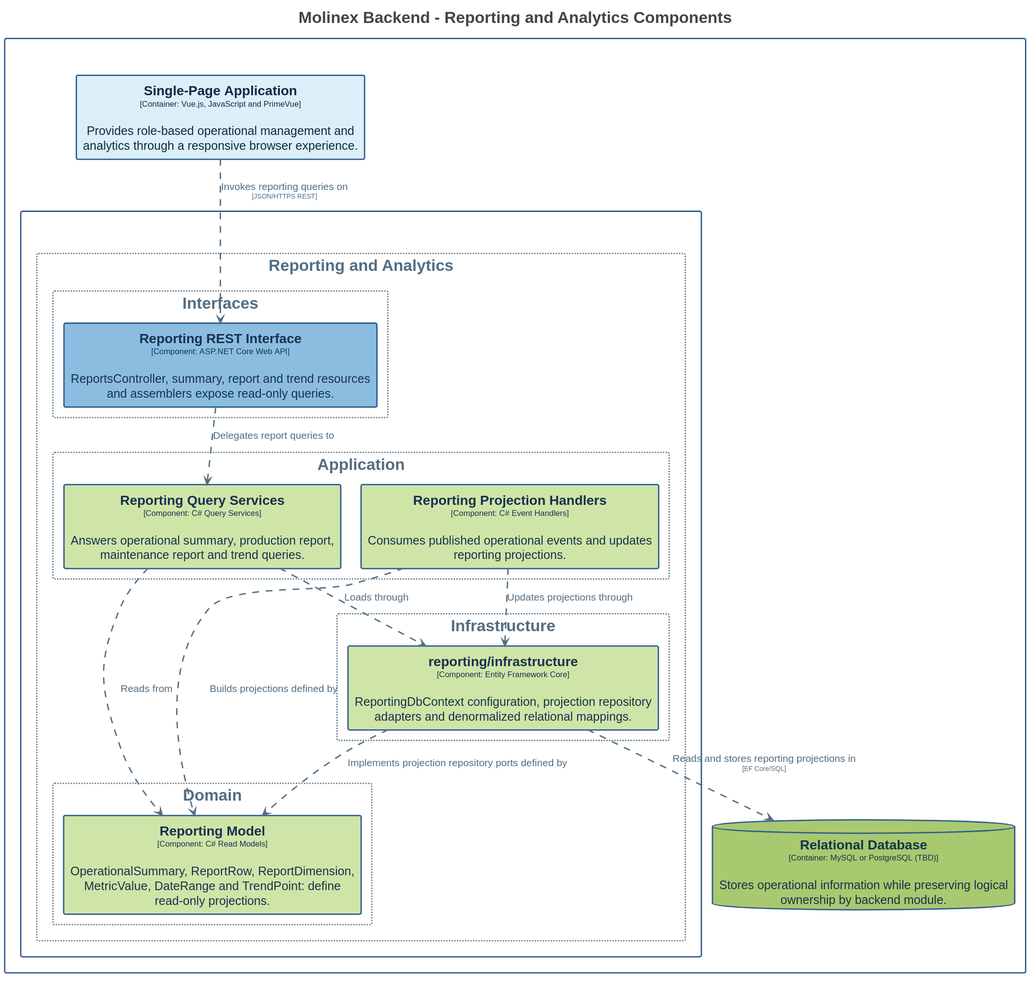
Before: assets/Images Chapter 4/Domain-Driven Software Architecture/C4 Model/backend-reporting-analytics-component-diagram.svg, a diagram exported from PlantUML (Vanguard-app-web/molinex-report-apweb). The source it was exported from:
```plantuml
@startuml
title <size:24>Molinex Backend - Reporting and Analytics Components</size>

set separator none
top to bottom direction
skinparam ranksep 60
skinparam nodesep 30
hide stereotype

<style>
  root {
    BackgroundColor: #ffffff;
    FontColor: #444444;
  }
  // Element,Component,Backend Application Layer,Read Side
  .Element-RWxlbWVudCxDb21wb25lbnQsQmFja2VuZCBBcHBsaWNhdGlvbiBMYXllcixSZWFkIFNpZGU= {
    BackgroundColor: #cfe5a8;
    LineColor: #2f5b8f;
    LineStyle: 0;
    LineThickness: 2;
    FontColor: #17324d;
    FontSize: 18;
    HorizontalAlignment: center;
    Shadowing: 0;
    MaximumWidth: 450;
  }
  // Element,Component,Backend Domain,Read Side
  .Element-RWxlbWVudCxDb21wb25lbnQsQmFja2VuZCBEb21haW4sUmVhZCBTaWRl {
    BackgroundColor: #cfe5a8;
    LineColor: #2f5b8f;
    LineStyle: 0;
    LineThickness: 2;
    FontColor: #17324d;
    FontSize: 18;
    HorizontalAlignment: center;
    Shadowing: 0;
    MaximumWidth: 450;
  }
  // Element,Component,Backend Infrastructure,Read Side
  .Element-RWxlbWVudCxDb21wb25lbnQsQmFja2VuZCBJbmZyYXN0cnVjdHVyZSxSZWFkIFNpZGU= {
    BackgroundColor: #cfe5a8;
    LineColor: #2f5b8f;
    LineStyle: 0;
    LineThickness: 2;
    FontColor: #17324d;
    FontSize: 18;
    HorizontalAlignment: center;
    Shadowing: 0;
    MaximumWidth: 450;
  }
  // Element,Component,Backend Interfaces
  .Element-RWxlbWVudCxDb21wb25lbnQsQmFja2VuZCBJbnRlcmZhY2Vz {
    BackgroundColor: #8bbde0;
    LineColor: #2f5b8f;
    LineStyle: 0;
    LineThickness: 2;
    FontColor: #17324d;
    FontSize: 18;
    HorizontalAlignment: center;
    Shadowing: 0;
    MaximumWidth: 450;
  }
  // Element,Container,Database
  .Element-RWxlbWVudCxDb250YWluZXIsRGF0YWJhc2U= {
    BackgroundColor: #a8c96f;
    LineColor: #2f5b8f;
    LineStyle: 0;
    LineThickness: 2;
    FontColor: #17324d;
    FontSize: 18;
    HorizontalAlignment: center;
    Shadowing: 0;
    MaximumWidth: 450;
  }
  // Element,Container,SPA
  .Element-RWxlbWVudCxDb250YWluZXIsU1BB {
    BackgroundColor: #dceef8;
    LineColor: #2f5b8f;
    LineStyle: 0;
    LineThickness: 2;
    FontColor: #102a43;
    FontSize: 18;
    HorizontalAlignment: center;
    Shadowing: 0;
    MaximumWidth: 450;
  }
  // Relationship
  .Relationship-UmVsYXRpb25zaGlw {
    LineThickness: 2;
    LineStyle: 10-10;
    LineColor: #526d82;
    FontColor: #526d82;
    FontSize: 15;
  }
  // Molinex Platform
  .Boundary-TW9saW5leCBQbGF0Zm9ybQ== {
    BackgroundColor: #ffffff;
    LineColor: #2f5b8f;
    LineStyle: 0;
    LineThickness: 2;
    FontColor: #ffffff;
    FontSize: 18;
    HorizontalAlignment: center;
    Shadowing: 0;
  }
  // RESTful API
  .Boundary-UkVTVGZ1bCBBUEk= {
    BackgroundColor: #ffffff;
    LineColor: #2f5b8f;
    LineStyle: 0;
    LineThickness: 2;
    FontColor: #ffffff;
    FontSize: 18;
    HorizontalAlignment: center;
    Shadowing: 0;
  }
  // Reporting and Analytics
  .Group-UmVwb3J0aW5nIGFuZCBBbmFseXRpY3M= {
    BackgroundColor: #ffffff;
    LineColor: #607d8b;
    LineStyle: 2-2;
    LineThickness: 2;
    FontColor: #526d82;
    FontSize: 24;
    HorizontalAlignment: center;
    Shadowing: 0;
  }
  // Reporting and Analytics/Application
  .Group-UmVwb3J0aW5nIGFuZCBBbmFseXRpY3MvQXBwbGljYXRpb24= {
    BackgroundColor: #ffffff;
    LineColor: #607d8b;
    LineStyle: 2-2;
    LineThickness: 2;
    FontColor: #526d82;
    FontSize: 24;
    HorizontalAlignment: center;
    Shadowing: 0;
  }
  // Reporting and Analytics/Domain
  .Group-UmVwb3J0aW5nIGFuZCBBbmFseXRpY3MvRG9tYWlu {
    BackgroundColor: #ffffff;
    LineColor: #607d8b;
    LineStyle: 2-2;
    LineThickness: 2;
    FontColor: #526d82;
    FontSize: 24;
    HorizontalAlignment: center;
    Shadowing: 0;
  }
  // Reporting and Analytics/Infrastructure
  .Group-UmVwb3J0aW5nIGFuZCBBbmFseXRpY3MvSW5mcmFzdHJ1Y3R1cmU= {
    BackgroundColor: #ffffff;
    LineColor: #607d8b;
    LineStyle: 2-2;
    LineThickness: 2;
    FontColor: #526d82;
    FontSize: 24;
    HorizontalAlignment: center;
    Shadowing: 0;
  }
  // Reporting and Analytics/Interfaces
  .Group-UmVwb3J0aW5nIGFuZCBBbmFseXRpY3MvSW50ZXJmYWNlcw== {
    BackgroundColor: #ffffff;
    LineColor: #607d8b;
    LineStyle: 2-2;
    LineThickness: 2;
    FontColor: #526d82;
    FontSize: 24;
    HorizontalAlignment: center;
    Shadowing: 0;
  }
</style>

rectangle "Molinex Platform\n<size:12>[Software System]</size>" <<Boundary-TW9saW5leCBQbGF0Zm9ybQ==>> {
  rectangle "RESTful API\n<size:12>[Container: C#, ASP.NET Core and Entity Framework Core]</size>" <<Boundary-UkVTVGZ1bCBBUEk=>> {
    rectangle "Reporting and Analytics" <<Group-UmVwb3J0aW5nIGFuZCBBbmFseXRpY3M=>> as groupUmVwb3J0aW5nIGFuZCBBbmFseXRpY3M= {
        rectangle "Application" <<Group-UmVwb3J0aW5nIGFuZCBBbmFseXRpY3MvQXBwbGljYXRpb24=>> as groupUmVwb3J0aW5nIGFuZCBBbmFseXRpY3MvQXBwbGljYXRpb24= {
          rectangle "==Reporting Query Services\n<size:12>[Component: C# Query Services]</size>\n\nAnswers operational summary, production report, maintenance report and trend queries." <<Element-RWxlbWVudCxDb21wb25lbnQsQmFja2VuZCBBcHBsaWNhdGlvbiBMYXllcixSZWFkIFNpZGU=>> as MolinexPlatform.RESTfulAPI.ReportingQueryServices
          rectangle "==Reporting Projection Handlers\n<size:12>[Component: C# Event Handlers]</size>\n\nConsumes published operational events and updates reporting projections." <<Element-RWxlbWVudCxDb21wb25lbnQsQmFja2VuZCBBcHBsaWNhdGlvbiBMYXllcixSZWFkIFNpZGU=>> as MolinexPlatform.RESTfulAPI.ReportingProjectionHandlers
        }

        rectangle "Domain" <<Group-UmVwb3J0aW5nIGFuZCBBbmFseXRpY3MvRG9tYWlu>> as groupUmVwb3J0aW5nIGFuZCBBbmFseXRpY3MvRG9tYWlu {
          rectangle "==Reporting Model\n<size:12>[Component: C# Read Models]</size>\n\nOperationalSummary, ReportRow, ReportDimension, MetricValue, DateRange and TrendPoint: define read-only projections." <<Element-RWxlbWVudCxDb21wb25lbnQsQmFja2VuZCBEb21haW4sUmVhZCBTaWRl>> as MolinexPlatform.RESTfulAPI.ReportingModel
        }

        rectangle "Infrastructure" <<Group-UmVwb3J0aW5nIGFuZCBBbmFseXRpY3MvSW5mcmFzdHJ1Y3R1cmU=>> as groupUmVwb3J0aW5nIGFuZCBBbmFseXRpY3MvSW5mcmFzdHJ1Y3R1cmU= {
          rectangle "==reporting/infrastructure\n<size:12>[Component: Entity Framework Core]</size>\n\nReportingDbContext configuration, projection repository adapters and denormalized relational mappings." <<Element-RWxlbWVudCxDb21wb25lbnQsQmFja2VuZCBJbmZyYXN0cnVjdHVyZSxSZWFkIFNpZGU=>> as MolinexPlatform.RESTfulAPI.reportinginfrastructure
        }

        rectangle "Interfaces" <<Group-UmVwb3J0aW5nIGFuZCBBbmFseXRpY3MvSW50ZXJmYWNlcw==>> as groupUmVwb3J0aW5nIGFuZCBBbmFseXRpY3MvSW50ZXJmYWNlcw== {
          rectangle "==Reporting REST Interface\n<size:12>[Component: ASP.NET Core Web API]</size>\n\nReportsController, summary, report and trend resources and assemblers expose read-only queries." <<Element-RWxlbWVudCxDb21wb25lbnQsQmFja2VuZCBJbnRlcmZhY2Vz>> as MolinexPlatform.RESTfulAPI.ReportingRESTInterface
        }

    }

  }

  rectangle "==Single-Page Application\n<size:12>[Container: Vue.js, JavaScript and PrimeVue]</size>\n\nProvides role-based operational management and analytics through a responsive browser experience." <<Element-RWxlbWVudCxDb250YWluZXIsU1BB>> as MolinexPlatform.SinglePageApplication
  database "==Relational Database\n<size:12>[Container: MySQL or PostgreSQL (TBD)]</size>\n\nStores operational information while preserving logical ownership by backend module." <<Element-RWxlbWVudCxDb250YWluZXIsRGF0YWJhc2U=>> as MolinexPlatform.RelationalDatabase
}

MolinexPlatform.SinglePageApplication --> MolinexPlatform.RESTfulAPI.ReportingRESTInterface <<Relationship-UmVsYXRpb25zaGlw>> : "Invokes reporting queries on\n<size:10>[JSON/HTTPS REST]</size>"
MolinexPlatform.RESTfulAPI.ReportingRESTInterface --> MolinexPlatform.RESTfulAPI.ReportingQueryServices <<Relationship-UmVsYXRpb25zaGlw>> : "Delegates report queries to"
MolinexPlatform.RESTfulAPI.ReportingQueryServices --> MolinexPlatform.RESTfulAPI.ReportingModel <<Relationship-UmVsYXRpb25zaGlw>> : "Reads from"
MolinexPlatform.RESTfulAPI.ReportingQueryServices --> MolinexPlatform.RESTfulAPI.reportinginfrastructure <<Relationship-UmVsYXRpb25zaGlw>> : "Loads through"
MolinexPlatform.RESTfulAPI.ReportingProjectionHandlers --> MolinexPlatform.RESTfulAPI.ReportingModel <<Relationship-UmVsYXRpb25zaGlw>> : "Builds projections defined by"
MolinexPlatform.RESTfulAPI.ReportingProjectionHandlers --> MolinexPlatform.RESTfulAPI.reportinginfrastructure <<Relationship-UmVsYXRpb25zaGlw>> : "Updates projections through"
MolinexPlatform.RESTfulAPI.reportinginfrastructure --> MolinexPlatform.RESTfulAPI.ReportingModel <<Relationship-UmVsYXRpb25zaGlw>> : "Implements projection repository ports defined by"
MolinexPlatform.RESTfulAPI.reportinginfrastructure --> MolinexPlatform.RelationalDatabase <<Relationship-UmVsYXRpb25zaGlw>> : "Reads and stores reporting projections in\n<size:10>[EF Core/SQL]</size>"
@enduml
```
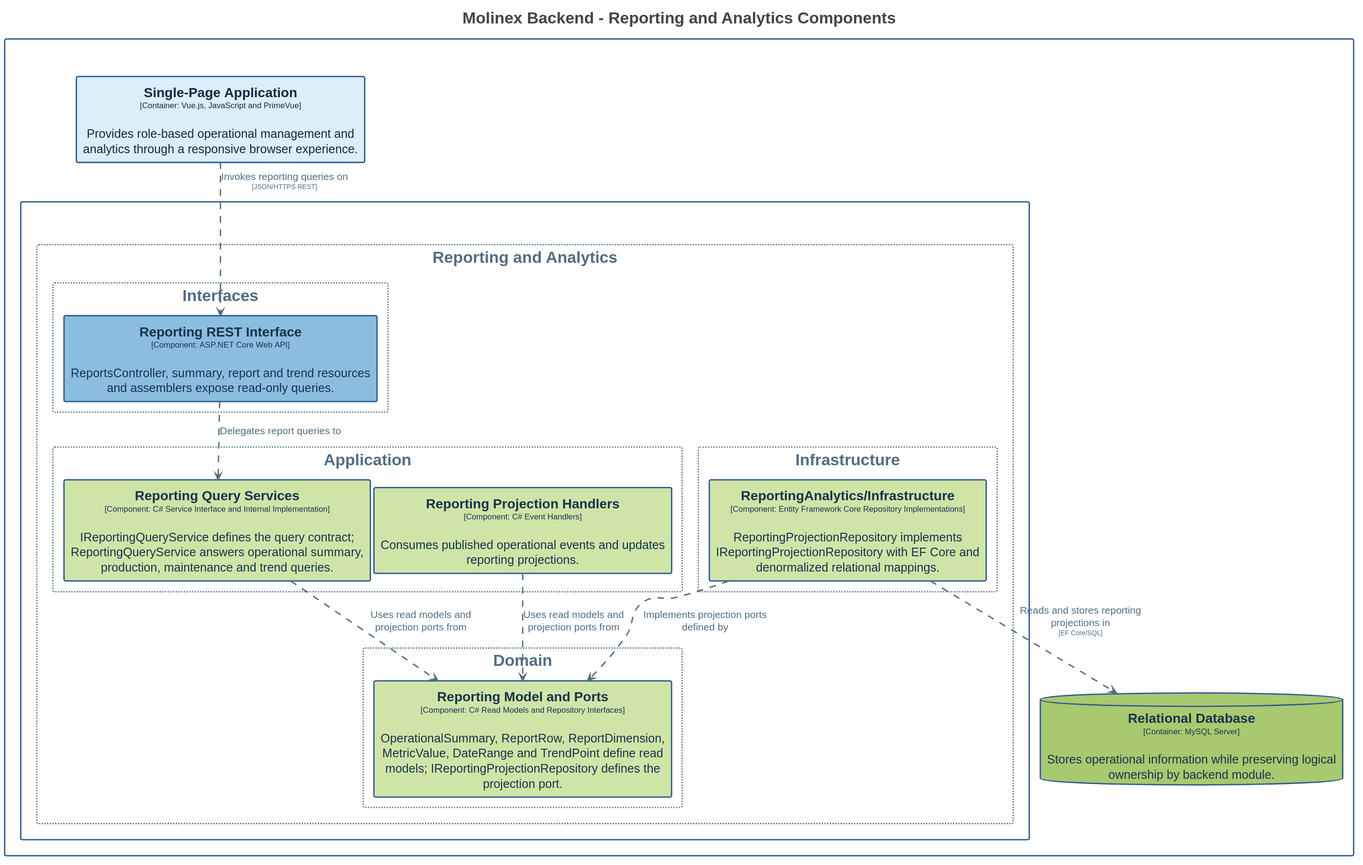
After the commit.

What changed in the source:
```diff
@@ -3,8 +3,8 @@
 
 set separator none
 top to bottom direction
-skinparam ranksep 60
-skinparam nodesep 30
+skinparam ranksep 20
+skinparam nodesep 5
 hide stereotype
 
 <style>
@@ -91,6 +91,7 @@
     LineColor: #526d82;
     FontColor: #526d82;
     FontSize: 15;
+    MaximumWidth: 200;
   }
   // Molinex Platform
   .Boundary-TW9saW5leCBQbGF0Zm9ybQ== {
@@ -173,21 +174,21 @@
 
 rectangle "Molinex Platform\n<size:12>[Software System]</size>" <<Boundary-TW9saW5leCBQbGF0Zm9ybQ==>> {
   rectangle "RESTful API\n<size:12>[Container: C#, ASP.NET Core and Entity Framework Core]</size>" <<Boundary-UkVTVGZ1bCBBUEk=>> {
-    rectangle "Reporting and Analytics" <<Group-UmVwb3J0aW5nIGFuZCBBbmFseXRpY3M=>> as groupUmVwb3J0aW5nIGFuZCBBbmFseXRpY3M= {
-        rectangle "Application" <<Group-UmVwb3J0aW5nIGFuZCBBbmFseXRpY3MvQXBwbGljYXRpb24=>> as groupUmVwb3J0aW5nIGFuZCBBbmFseXRpY3MvQXBwbGljYXRpb24= {
-          rectangle "==Reporting Query Services\n<size:12>[Component: C# Query Services]</size>\n\nAnswers operational summary, production report, maintenance report and trend queries." <<Element-RWxlbWVudCxDb21wb25lbnQsQmFja2VuZCBBcHBsaWNhdGlvbiBMYXllcixSZWFkIFNpZGU=>> as MolinexPlatform.RESTfulAPI.ReportingQueryServices
+    rectangle "Reporting and Analytics" <<Group-UmVwb3J0aW5nIGFuZCBBbmFseXRpY3M=>> as group73 {
+        rectangle "Application" <<Group-UmVwb3J0aW5nIGFuZCBBbmFseXRpY3MvQXBwbGljYXRpb24=>> as group74 {
+          rectangle "==Reporting Query Services\n<size:12>[Component: C# Service Interface and Internal Implementation]</size>\n\nIReportingQueryService defines the query contract; ReportingQueryService answers operational summary, production, maintenance and trend queries." <<Element-RWxlbWVudCxDb21wb25lbnQsQmFja2VuZCBBcHBsaWNhdGlvbiBMYXllcixSZWFkIFNpZGU=>> as MolinexPlatform.RESTfulAPI.ReportingQueryServices
           rectangle "==Reporting Projection Handlers\n<size:12>[Component: C# Event Handlers]</size>\n\nConsumes published operational events and updates reporting projections." <<Element-RWxlbWVudCxDb21wb25lbnQsQmFja2VuZCBBcHBsaWNhdGlvbiBMYXllcixSZWFkIFNpZGU=>> as MolinexPlatform.RESTfulAPI.ReportingProjectionHandlers
         }
 
-        rectangle "Domain" <<Group-UmVwb3J0aW5nIGFuZCBBbmFseXRpY3MvRG9tYWlu>> as groupUmVwb3J0aW5nIGFuZCBBbmFseXRpY3MvRG9tYWlu {
-          rectangle "==Reporting Model\n<size:12>[Component: C# Read Models]</size>\n\nOperationalSummary, ReportRow, ReportDimension, MetricValue, DateRange and TrendPoint: define read-only projections." <<Element-RWxlbWVudCxDb21wb25lbnQsQmFja2VuZCBEb21haW4sUmVhZCBTaWRl>> as MolinexPlatform.RESTfulAPI.ReportingModel
+        rectangle "Domain" <<Group-UmVwb3J0aW5nIGFuZCBBbmFseXRpY3MvRG9tYWlu>> as group75 {
+          rectangle "==Reporting Model and Ports\n<size:12>[Component: C# Read Models and Repository Interfaces]</size>\n\nOperationalSummary, ReportRow, ReportDimension, MetricValue, DateRange and TrendPoint define read models; IReportingProjectionRepository defines the projection port." <<Element-RWxlbWVudCxDb21wb25lbnQsQmFja2VuZCBEb21haW4sUmVhZCBTaWRl>> as MolinexPlatform.RESTfulAPI.ReportingModelandPorts
         }
 
-        rectangle "Infrastructure" <<Group-UmVwb3J0aW5nIGFuZCBBbmFseXRpY3MvSW5mcmFzdHJ1Y3R1cmU=>> as groupUmVwb3J0aW5nIGFuZCBBbmFseXRpY3MvSW5mcmFzdHJ1Y3R1cmU= {
-          rectangle "==reporting/infrastructure\n<size:12>[Component: Entity Framework Core]</size>\n\nReportingDbContext configuration, projection repository adapters and denormalized relational mappings." <<Element-RWxlbWVudCxDb21wb25lbnQsQmFja2VuZCBJbmZyYXN0cnVjdHVyZSxSZWFkIFNpZGU=>> as MolinexPlatform.RESTfulAPI.reportinginfrastructure
+        rectangle "Infrastructure" <<Group-UmVwb3J0aW5nIGFuZCBBbmFseXRpY3MvSW5mcmFzdHJ1Y3R1cmU=>> as group76 {
+          rectangle "==ReportingAnalytics/Infrastructure\n<size:12>[Component: Entity Framework Core Repository Implementations]</size>\n\nReportingProjectionRepository implements IReportingProjectionRepository with EF Core and denormalized relational mappings." <<Element-RWxlbWVudCxDb21wb25lbnQsQmFja2VuZCBJbmZyYXN0cnVjdHVyZSxSZWFkIFNpZGU=>> as MolinexPlatform.RESTfulAPI.ReportingAnalyticsInfrastructure
         }
 
-        rectangle "Interfaces" <<Group-UmVwb3J0aW5nIGFuZCBBbmFseXRpY3MvSW50ZXJmYWNlcw==>> as groupUmVwb3J0aW5nIGFuZCBBbmFseXRpY3MvSW50ZXJmYWNlcw== {
+        rectangle "Interfaces" <<Group-UmVwb3J0aW5nIGFuZCBBbmFseXRpY3MvSW50ZXJmYWNlcw==>> as group77 {
           rectangle "==Reporting REST Interface\n<size:12>[Component: ASP.NET Core Web API]</size>\n\nReportsController, summary, report and trend resources and assemblers expose read-only queries." <<Element-RWxlbWVudCxDb21wb25lbnQsQmFja2VuZCBJbnRlcmZhY2Vz>> as MolinexPlatform.RESTfulAPI.ReportingRESTInterface
         }
 
@@ -196,15 +197,13 @@
   }
 
   rectangle "==Single-Page Application\n<size:12>[Container: Vue.js, JavaScript and PrimeVue]</size>\n\nProvides role-based operational management and analytics through a responsive browser experience." <<Element-RWxlbWVudCxDb250YWluZXIsU1BB>> as MolinexPlatform.SinglePageApplication
-  database "==Relational Database\n<size:12>[Container: MySQL or PostgreSQL (TBD)]</size>\n\nStores operational information while preserving logical ownership by backend module." <<Element-RWxlbWVudCxDb250YWluZXIsRGF0YWJhc2U=>> as MolinexPlatform.RelationalDatabase
+  database "==Relational Database\n<size:12>[Container: MySQL Server]</size>\n\nStores operational information while preserving logical ownership by backend module." <<Element-RWxlbWVudCxDb250YWluZXIsRGF0YWJhc2U=>> as MolinexPlatform.RelationalDatabase
 }
 
 MolinexPlatform.SinglePageApplication --> MolinexPlatform.RESTfulAPI.ReportingRESTInterface <<Relationship-UmVsYXRpb25zaGlw>> : "Invokes reporting queries on\n<size:10>[JSON/HTTPS REST]</size>"
 MolinexPlatform.RESTfulAPI.ReportingRESTInterface --> MolinexPlatform.RESTfulAPI.ReportingQueryServices <<Relationship-UmVsYXRpb25zaGlw>> : "Delegates report queries to"
-MolinexPlatform.RESTfulAPI.ReportingQueryServices --> MolinexPlatform.RESTfulAPI.ReportingModel <<Relationship-UmVsYXRpb25zaGlw>> : "Reads from"
-MolinexPlatform.RESTfulAPI.ReportingQueryServices --> MolinexPlatform.RESTfulAPI.reportinginfrastructure <<Relationship-UmVsYXRpb25zaGlw>> : "Loads through"
-MolinexPlatform.RESTfulAPI.ReportingProjectionHandlers --> MolinexPlatform.RESTfulAPI.ReportingModel <<Relationship-UmVsYXRpb25zaGlw>> : "Builds projections defined by"
-MolinexPlatform.RESTfulAPI.ReportingProjectionHandlers --> MolinexPlatform.RESTfulAPI.reportinginfrastructure <<Relationship-UmVsYXRpb25zaGlw>> : "Updates projections through"
-MolinexPlatform.RESTfulAPI.reportinginfrastructure --> MolinexPlatform.RESTfulAPI.ReportingModel <<Relationship-UmVsYXRpb25zaGlw>> : "Implements projection repository ports defined by"
-MolinexPlatform.RESTfulAPI.reportinginfrastructure --> MolinexPlatform.RelationalDatabase <<Relationship-UmVsYXRpb25zaGlw>> : "Reads and stores reporting projections in\n<size:10>[EF Core/SQL]</size>"
+MolinexPlatform.RESTfulAPI.ReportingQueryServices --> MolinexPlatform.RESTfulAPI.ReportingModelandPorts <<Relationship-UmVsYXRpb25zaGlw>> : "Uses read models and projection ports from"
+MolinexPlatform.RESTfulAPI.ReportingProjectionHandlers --> MolinexPlatform.RESTfulAPI.ReportingModelandPorts <<Relationship-UmVsYXRpb25zaGlw>> : "Uses read models and projection ports from"
+MolinexPlatform.RESTfulAPI.ReportingAnalyticsInfrastructure --> MolinexPlatform.RESTfulAPI.ReportingModelandPorts <<Relationship-UmVsYXRpb25zaGlw>> : "Implements projection ports defined by"
+MolinexPlatform.RESTfulAPI.ReportingAnalyticsInfrastructure --> MolinexPlatform.RelationalDatabase <<Relationship-UmVsYXRpb25zaGlw>> : "Reads and stores reporting projections in\n<size:10>[EF Core/SQL]</size>"
 @enduml
```
